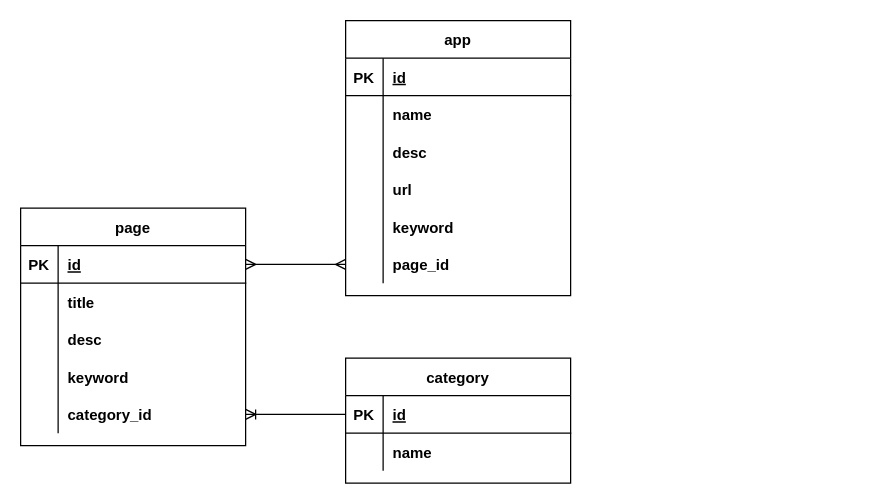
This is testweb2.drawio from andrew-atef/andrew-atef, a draw.io file, before an edit. Source tidied: cells renumbered, new cells numbered last; positions are measured from the earlier drawing's top-left corner, leaving out a move shared by most shapes. Both pictures are drawn from the tidied source at 125%, with x=0, y=0 at pixel (20, 20).
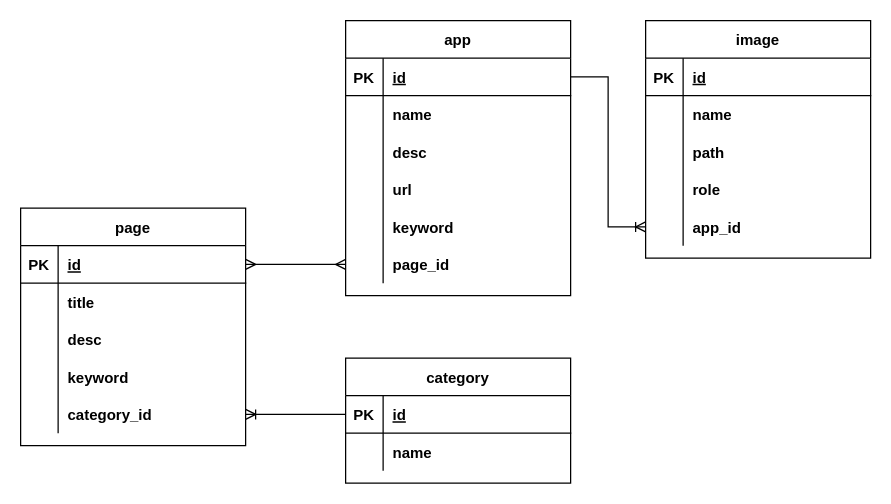
The same page after the edit.

Unchanged cells that the change refers to:
```xml
<mxCell id="27" style="shape=tableRow;horizontal=0;startSize=0;swimlaneHead=0;swimlaneBody=0;fillColor=none;points=[[0,0.5],[1,0.5]];portConstraint=eastwest;top=0;left=0;right=0;bottom=1;" parent="26" vertex="1">
  <mxGeometry y="30" width="180" height="30" as="geometry" />
</mxCell>
```

The edit, as a diff of the source:
```diff
@@
+    <mxCell id="46" value="image" style="shape=table;startSize=30;childLayout=tableLayout;rowLines=0;fontStyle=1;align=center;" parent="1" vertex="1">
+      <mxGeometry x="500" width="180" height="190" as="geometry" />
+    </mxCell>
+    <mxCell id="47" style="shape=tableRow;horizontal=0;startSize=0;swimlaneHead=0;swimlaneBody=0;fillColor=none;top=0;left=0;right=0;bottom=1;" parent="46" vertex="1">
+      <mxGeometry y="30" width="180" height="30" as="geometry" />
+    </mxCell>
+    <mxCell id="48" value="PK" style="shape=partialRectangle;fillColor=none;top=0;left=0;bottom=0;right=0;fontStyle=1;overflow=hidden;" parent="47" vertex="1">
+      <mxGeometry width="30" height="30" as="geometry" />
+    </mxCell>
+    <mxCell id="49" value="id" style="shape=partialRectangle;fillColor=none;top=0;left=0;bottom=0;right=0;align=left;spacingLeft=6;fontStyle=5;overflow=hidden;" parent="47" vertex="1">
+      <mxGeometry x="30" width="150" height="30" as="geometry" />
+    </mxCell>
+    <mxCell id="50" style="shape=tableRow;horizontal=0;startSize=0;swimlaneHead=0;swimlaneBody=0;fillColor=none;top=0;left=0;right=0;bottom=0;" parent="46" vertex="1">
+      <mxGeometry y="60" width="180" height="30" as="geometry" />
+    </mxCell>
+    <mxCell id="51" style="shape=partialRectangle;fillColor=none;top=0;left=0;bottom=0;right=0;overflow=hidden;" parent="50" vertex="1">
+      <mxGeometry width="30" height="30" as="geometry" />
+    </mxCell>
+    <mxCell id="52" value="name" style="shape=partialRectangle;fillColor=none;top=0;left=0;bottom=0;right=0;align=left;spacingLeft=6;overflow=hidden;fontStyle=1;" parent="50" vertex="1">
+      <mxGeometry x="30" width="150" height="30" as="geometry" />
+    </mxCell>
+    <mxCell id="53" style="shape=tableRow;horizontal=0;startSize=0;swimlaneHead=0;swimlaneBody=0;fillColor=none;top=0;left=0;right=0;bottom=0;" parent="46" vertex="1">
+      <mxGeometry y="90" width="180" height="30" as="geometry" />
+    </mxCell>
+    <mxCell id="54" style="shape=partialRectangle;fillColor=none;top=0;left=0;bottom=0;right=0;overflow=hidden;" parent="53" vertex="1">
+      <mxGeometry width="30" height="30" as="geometry" />
+    </mxCell>
+    <mxCell id="55" value="path" style="shape=partialRectangle;fillColor=none;top=0;left=0;bottom=0;right=0;align=left;spacingLeft=6;overflow=hidden;fontStyle=1;" parent="53" vertex="1">
+      <mxGeometry x="30" width="150" height="30" as="geometry" />
+    </mxCell>
+    <mxCell id="56" style="shape=tableRow;horizontal=0;startSize=0;swimlaneHead=0;swimlaneBody=0;fillColor=none;top=0;left=0;right=0;bottom=0;" parent="46" vertex="1">
+      <mxGeometry y="120" width="180" height="30" as="geometry" />
+    </mxCell>
+    <mxCell id="57" style="shape=partialRectangle;fillColor=none;top=0;left=0;bottom=0;right=0;overflow=hidden;" parent="56" vertex="1">
+      <mxGeometry width="30" height="30" as="geometry" />
+    </mxCell>
+    <mxCell id="58" value="role" style="shape=partialRectangle;fillColor=none;top=0;left=0;bottom=0;right=0;align=left;spacingLeft=6;overflow=hidden;fontStyle=1;" parent="56" vertex="1">
+      <mxGeometry x="30" width="150" height="30" as="geometry" />
+    </mxCell>
+    <mxCell id="59" style="shape=tableRow;horizontal=0;startSize=0;swimlaneHead=0;swimlaneBody=0;fillColor=none;points=[[0,0.5],[1,0.5]];portConstraint=eastwest;top=0;left=0;right=0;bottom=0;" parent="46" vertex="1">
+      <mxGeometry y="150" width="180" height="30" as="geometry" />
+    </mxCell>
+    <mxCell id="60" style="shape=partialRectangle;fillColor=none;top=0;left=0;bottom=0;right=0;overflow=hidden;" parent="59" vertex="1">
+      <mxGeometry width="30" height="30" as="geometry" />
+    </mxCell>
+    <mxCell id="61" value="app_id" style="shape=partialRectangle;fillColor=none;top=0;left=0;bottom=0;right=0;align=left;spacingLeft=6;overflow=hidden;fontStyle=1;" parent="59" vertex="1">
+      <mxGeometry x="30" width="150" height="30" as="geometry" />
+    </mxCell>
+    <mxCell id="62" style="edgeStyle=entityRelationEdgeStyle;fontSize=12;html=1;endArrow=ERoneToMany;rounded=0;exitX=1;exitY=0.5;exitDx=0;exitDy=0;entryX=0;entryY=0.5;entryDx=0;entryDy=0;" parent="1" edge="1" source="27" target="59">
+      <mxGeometry relative="1" as="geometry" />
+    </mxCell>
```
